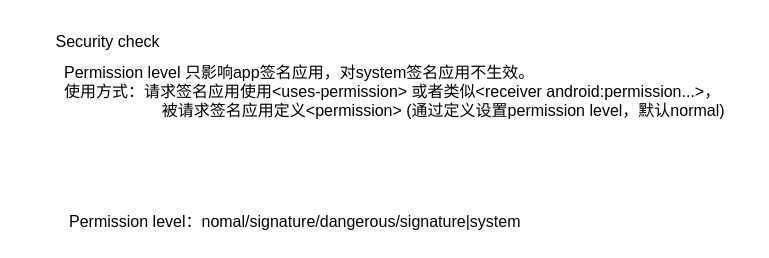
The draw.io diagram page "Permission" (4 of 10) of AF review.drawio in LBACK1912/chart, before the edit. Source tidied: cells renumbered, new cells numbered last; positions are measured from the earlier drawing's top-left corner, leaving out a move shared by most shapes. Both pictures are drawn from the tidied source at 100%, with x=0, y=0 at pixel (47, 31).
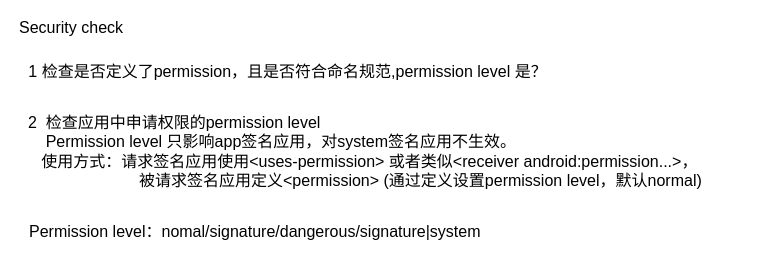
After the change.

What changed in the source:
```diff
@@
 <mxGraphModel>
   <root>
     <mxCell id="0" />
     <mxCell id="1" parent="0" />
-    <mxCell id="2" value="&lt;div style=&quot;font-size: 16px&quot; align=&quot;left&quot;&gt;&lt;font style=&quot;font-size: 16px&quot;&gt;Permission level 只影响app签名应用，对system签名应用不生效。&lt;/font&gt;&lt;/div&gt;&lt;div style=&quot;font-size: 16px&quot; align=&quot;left&quot;&gt;&lt;font style=&quot;font-size: 16px&quot;&gt;使用方式：请求签名应用使用&amp;lt;uses-permission&amp;gt; 或者类似&amp;lt;receiver android:permission...&amp;gt;，&lt;/font&gt;&lt;/div&gt;&lt;div style=&quot;font-size: 16px&quot; align=&quot;left&quot;&gt;&lt;font style=&quot;font-size: 16px&quot;&gt;&amp;nbsp;&amp;nbsp;&amp;nbsp;&amp;nbsp;&amp;nbsp;&amp;nbsp;&amp;nbsp;&amp;nbsp;&amp;nbsp;&amp;nbsp;&amp;nbsp;&amp;nbsp;&amp;nbsp;&amp;nbsp;&amp;nbsp;&amp;nbsp;&amp;nbsp;&amp;nbsp;&amp;nbsp;&amp;nbsp;&amp;nbsp; 被请求签名应用定义&amp;lt;permission&amp;gt; (通过定义设置permission level，默认normal)&lt;br&gt;&lt;/font&gt;&lt;/div&gt;" style="text;html=1;align=left;verticalAlign=middle;" parent="1" vertex="1">
-      <mxGeometry x="15" y="35" width="690" height="50" as="geometry" />
+    <mxCell id="2" value="&lt;div style=&quot;font-size: 16px&quot; align=&quot;left&quot;&gt;&lt;font style=&quot;font-size: 16px&quot;&gt;&lt;font style=&quot;font-size: 16px&quot;&gt;&amp;nbsp; 2&amp;nbsp; 检查应用中申请权限的permission level&lt;/font&gt;&lt;/font&gt;&lt;/div&gt;&lt;div style=&quot;font-size: 16px&quot; align=&quot;left&quot;&gt;&lt;font style=&quot;font-size: 16px&quot;&gt;&amp;nbsp;&amp;nbsp;&amp;nbsp;&amp;nbsp;&amp;nbsp; Permission level 只影响app签名应用，对system签名应用不生效。&lt;/font&gt;&lt;/div&gt;&lt;div style=&quot;font-size: 16px&quot; align=&quot;left&quot;&gt;&lt;font style=&quot;font-size: 16px&quot;&gt;&amp;nbsp;&amp;nbsp;&amp;nbsp;&amp;nbsp; 使用方式：请求签名应用使用&amp;lt;uses-permission&amp;gt; 或者类似&amp;lt;receiver android:permission...&amp;gt;，&lt;/font&gt;&lt;/div&gt;&lt;div style=&quot;font-size: 16px&quot; align=&quot;left&quot;&gt;&lt;font style=&quot;font-size: 16px&quot;&gt;&amp;nbsp;&amp;nbsp;&amp;nbsp;&amp;nbsp;&amp;nbsp;&amp;nbsp;&amp;nbsp;&amp;nbsp;&amp;nbsp;&amp;nbsp;&amp;nbsp;&amp;nbsp;&amp;nbsp;&amp;nbsp;&amp;nbsp;&amp;nbsp;&amp;nbsp;&amp;nbsp;&amp;nbsp;&amp;nbsp;&amp;nbsp;&amp;nbsp;&amp;nbsp;&amp;nbsp;&amp;nbsp;&amp;nbsp; 被请求签名应用定义&amp;lt;permission&amp;gt; (通过定义设置permission level，默认normal)&lt;br&gt;&lt;/font&gt;&lt;/div&gt;" style="text;html=1;align=left;verticalAlign=middle;" parent="1" vertex="1">
+      <mxGeometry x="-30" y="90" width="710" height="60" as="geometry" />
     </mxCell>
     <mxCell id="3" value="&lt;div style=&quot;font-size: 16px&quot; align=&quot;left&quot;&gt;&lt;font style=&quot;font-size: 16px&quot;&gt;Permission level&lt;/font&gt;&lt;font style=&quot;font-size: 16px&quot;&gt;：nomal/signature/dangerous/signature|system&lt;/font&gt;&lt;/div&gt;" style="text;html=1;align=left;verticalAlign=middle;" parent="1" vertex="1">
-      <mxGeometry x="20" y="180" width="500" height="20" as="geometry" />
+      <mxGeometry x="-20" y="190" width="500" height="20" as="geometry" />
     </mxCell>
-    <mxCell id="4" value="&lt;font style=&quot;font-size: 16px&quot;&gt;Security check&lt;/font&gt;" style="text;html=1;align=center;verticalAlign=middle;" parent="1" vertex="1">
-      <mxGeometry width="120" height="20" as="geometry" />
+    <mxCell id="4" value="&lt;div style=&quot;font-size: 16px&quot; align=&quot;left&quot;&gt;&lt;font style=&quot;font-size: 16px&quot;&gt;Security check&lt;br&gt;&lt;/font&gt;&lt;/div&gt;&lt;div style=&quot;font-size: 16px&quot; align=&quot;left&quot;&gt;&lt;font style=&quot;font-size: 16px&quot;&gt;&lt;br&gt;&lt;/font&gt;&lt;/div&gt;&lt;div style=&quot;font-size: 16px&quot; align=&quot;left&quot;&gt;&lt;font style=&quot;font-size: 16px&quot;&gt;&lt;br&gt;&lt;/font&gt;&lt;/div&gt;" style="text;html=1;align=left;verticalAlign=middle;" parent="1" vertex="1">
+      <mxGeometry x="-30" y="-10" width="120" height="50" as="geometry" />
     </mxCell>
+    <mxCell id="5" value="&lt;font style=&quot;font-size: 16px&quot;&gt;1 检查是否定义了permission，且是否符合命名规范,permission level 是？&lt;br&gt;&lt;/font&gt;" style="text;html=1;align=center;verticalAlign=middle;" parent="1" vertex="1">
+      <mxGeometry x="-30" y="30" width="540" height="20" as="geometry" />
+    </mxCell>
   </root>
 </mxGraphModel>
```
